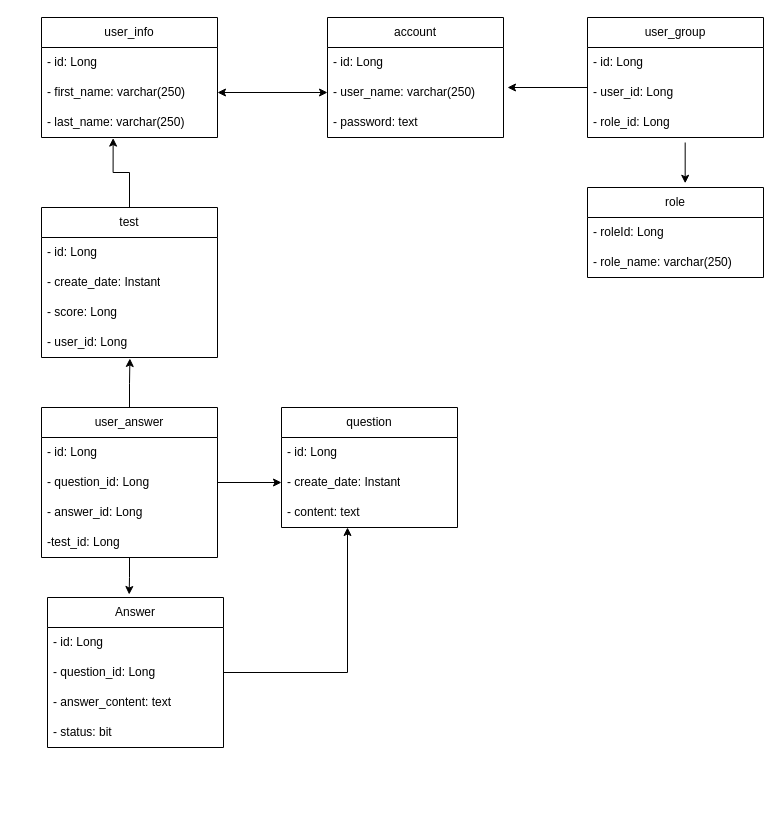
Before: page "Database" (4 of 4) of Doc/Untitled Diagram.drawio in SWD392/SmallQuiz, a draw.io diagram. Source tidied: cells renumbered, new cells numbered last; positions are measured from the earlier drawing's top-left corner, leaving out a move shared by most shapes. Both pictures are drawn from the tidied source at 100%, with x=0, y=0 at pixel (17, 17).
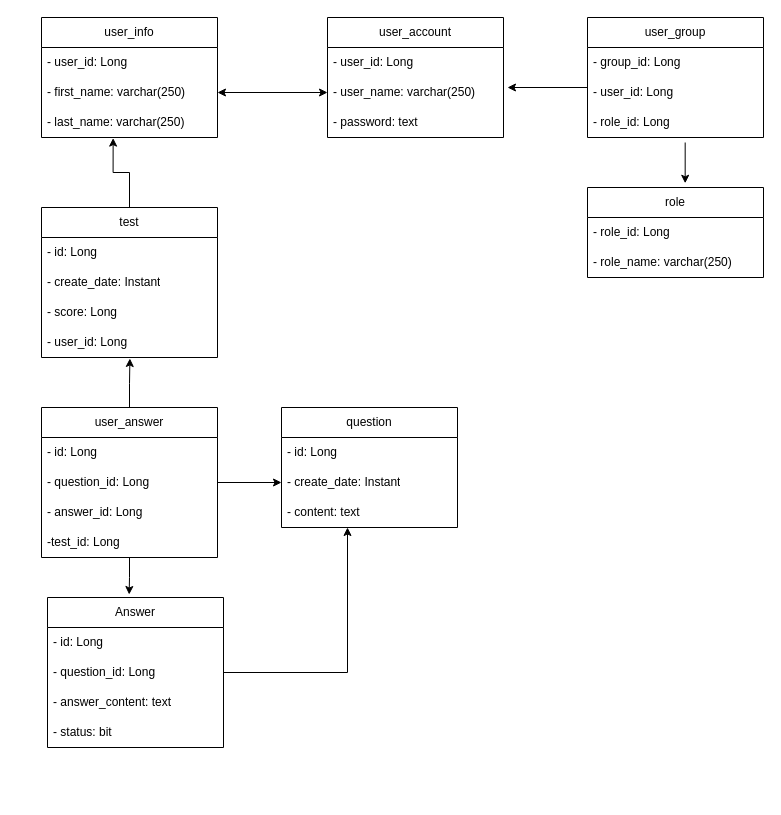
The same diagram, later.

Unchanged cells that the change refers to:
```xml
<mxCell id="3" value="user_info" style="swimlane;fontStyle=0;horizontal=1;startSize=30;whiteSpace=wrap;html=1;" parent="1" vertex="1">
  <mxGeometry x="24" width="176" height="120" as="geometry" />
</mxCell>
<mxCell id="11" value="user_group" style="swimlane;fontStyle=0;horizontal=1;startSize=30;whiteSpace=wrap;html=1;" parent="1" vertex="1">
  <mxGeometry x="570" width="176" height="120" as="geometry" />
</mxCell>
<mxCell id="16" value="role" style="swimlane;fontStyle=0;horizontal=1;startSize=30;whiteSpace=wrap;html=1;" parent="1" vertex="1">
  <mxGeometry x="570" y="170" width="176" height="90" as="geometry" />
</mxCell>
```

Change to the diagram source:
```diff
@@
-    <mxCell id="4" value="- id: Long" style="text;strokeColor=none;fillColor=none;align=left;verticalAlign=middle;spacingLeft=4;spacingRight=4;overflow=hidden;whiteSpace=wrap;html=1;" parent="3" vertex="1">
+    <mxCell id="4" value="- user_id: Long" style="text;strokeColor=none;fillColor=none;align=left;verticalAlign=middle;spacingLeft=4;spacingRight=4;overflow=hidden;whiteSpace=wrap;html=1;" parent="3" vertex="1">
       <mxGeometry y="30" width="176" height="30" as="geometry" />
     </mxCell>
@@
-    <mxCell id="7" value="account" style="swimlane;fontStyle=0;horizontal=1;startSize=30;whiteSpace=wrap;html=1;" parent="1" vertex="1">
+    <mxCell id="7" value="user_account" style="swimlane;fontStyle=0;horizontal=1;startSize=30;whiteSpace=wrap;html=1;" parent="1" vertex="1">
       <mxGeometry x="310" width="176" height="120" as="geometry" />
     </mxCell>
-    <mxCell id="8" value="- id: Long" style="text;strokeColor=none;fillColor=none;align=left;verticalAlign=middle;spacingLeft=4;spacingRight=4;overflow=hidden;whiteSpace=wrap;html=1;" parent="7" vertex="1">
+    <mxCell id="8" value="- user_id: Long" style="text;strokeColor=none;fillColor=none;align=left;verticalAlign=middle;spacingLeft=4;spacingRight=4;overflow=hidden;whiteSpace=wrap;html=1;" parent="7" vertex="1">
       <mxGeometry y="30" width="176" height="30" as="geometry" />
     </mxCell>
@@
-    <mxCell id="12" value="- id: Long" style="text;strokeColor=none;fillColor=none;align=left;verticalAlign=middle;spacingLeft=4;spacingRight=4;overflow=hidden;whiteSpace=wrap;html=1;" parent="11" vertex="1">
+    <mxCell id="12" value="- group_id: Long" style="text;strokeColor=none;fillColor=none;align=left;verticalAlign=middle;spacingLeft=4;spacingRight=4;overflow=hidden;whiteSpace=wrap;html=1;" parent="11" vertex="1">
       <mxGeometry y="30" width="176" height="30" as="geometry" />
     </mxCell>
@@
-    <mxCell id="17" value="- roleId: Long" style="text;strokeColor=none;fillColor=none;align=left;verticalAlign=middle;spacingLeft=4;spacingRight=4;overflow=hidden;whiteSpace=wrap;html=1;" parent="16" vertex="1">
+    <mxCell id="17" value="- role_id: Long" style="text;strokeColor=none;fillColor=none;align=left;verticalAlign=middle;spacingLeft=4;spacingRight=4;overflow=hidden;whiteSpace=wrap;html=1;" parent="16" vertex="1">
       <mxGeometry y="30" width="176" height="30" as="geometry" />
     </mxCell>
```
